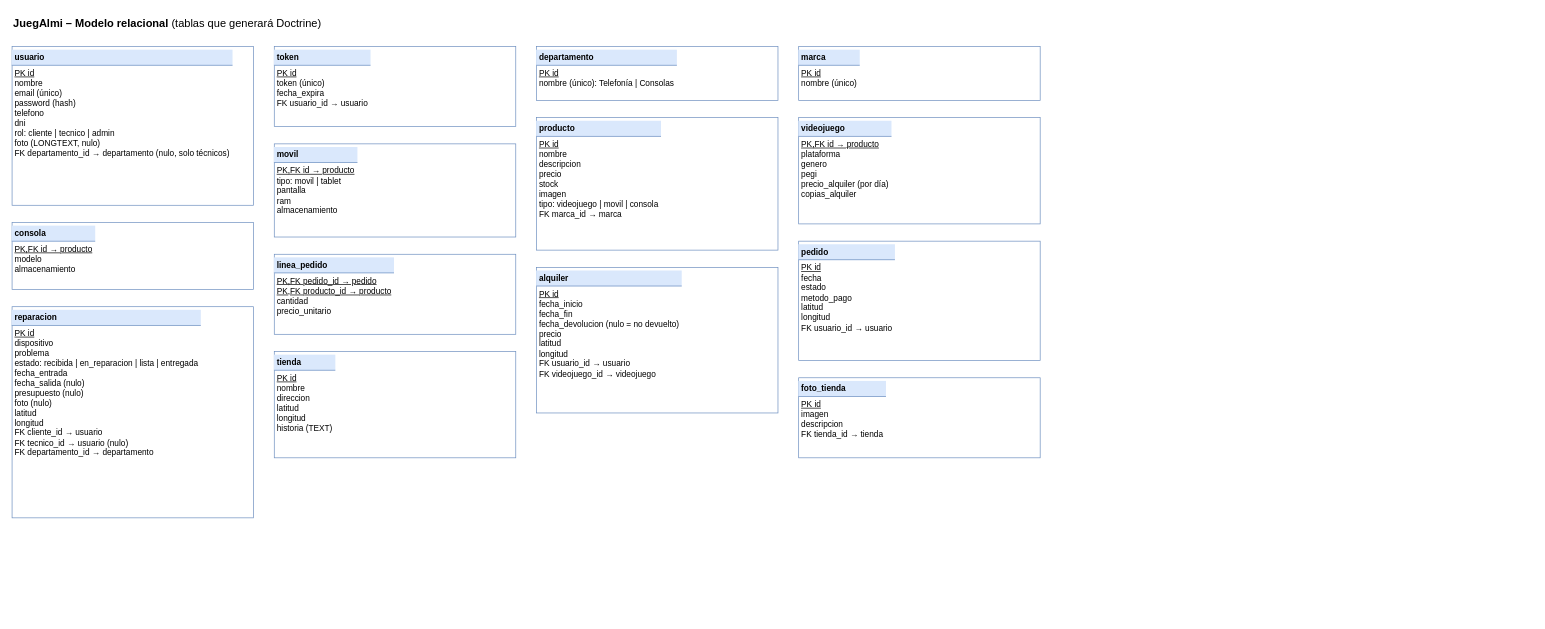
This is page "Modelo relacional" (2 of 2) of docs/er-juegalmi.drawio from landerdam-lab/JuegalmiDam2, a draw.io file, before an edit. Source tidied: cells renumbered, new cells numbered last; positions are measured from the earlier drawing's top-left corner, leaving out a move shared by most shapes. Both pictures are drawn from the tidied source at 69%, with x=0, y=0 at pixel (12, 12).
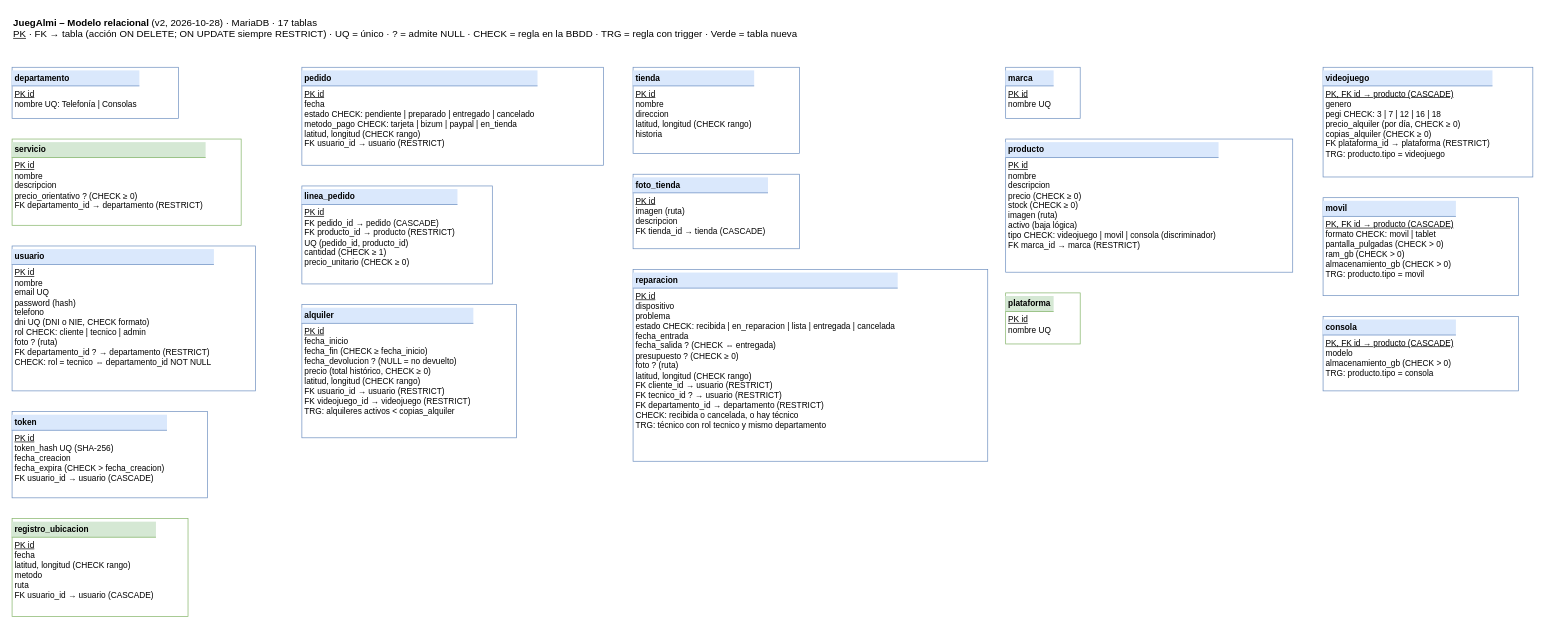
Above is the later version.

The edit, as a diff of the source:
```diff
@@
 <mxGraphModel>
   <root>
     <mxCell id="0" />
     <mxCell id="1" parent="0" />
-    <mxCell id="2" value="&lt;b&gt;JuegAlmi – Modelo relacional&lt;/b&gt; (tablas que generará Doctrine)" style="text;html=1;align=left;verticalAlign=top;fontSize=16;" parent="1" vertex="1">
-      <mxGeometry width="700" height="30" as="geometry" />
-    </mxCell>
-    <mxCell id="3" value="&lt;div style='background:#dae8fc;padding:4px;font-weight:bold;border-bottom:1px solid #6c8ebf'&gt;usuario&lt;/div&gt;&lt;div style='padding:4px'&gt;&lt;u&gt;PK id&lt;/u&gt;&lt;br&gt;nombre&lt;br&gt;email (único)&lt;br&gt;password (hash)&lt;br&gt;telefono&lt;br&gt;dni&lt;br&gt;rol: cliente | tecnico | admin&lt;br&gt;foto (LONGTEXT, nulo)&lt;br&gt;FK departamento_id → departamento (nulo, solo técnicos)&lt;/div&gt;" style="rounded=0;whiteSpace=wrap;html=1;align=left;verticalAlign=top;spacing=0;strokeColor=#6c8ebf;fontSize=12;" parent="1" vertex="1">
-      <mxGeometry y="50" width="350" height="230" as="geometry" />
-    </mxCell>
-    <mxCell id="4" value="&lt;div style='background:#dae8fc;padding:4px;font-weight:bold;border-bottom:1px solid #6c8ebf'&gt;token&lt;/div&gt;&lt;div style='padding:4px'&gt;&lt;u&gt;PK id&lt;/u&gt;&lt;br&gt;token (único)&lt;br&gt;fecha_expira&lt;br&gt;FK usuario_id → usuario&lt;/div&gt;" style="rounded=0;whiteSpace=wrap;html=1;align=left;verticalAlign=top;spacing=0;strokeColor=#6c8ebf;fontSize=12;" parent="1" vertex="1">
-      <mxGeometry x="380" y="50" width="350" height="116" as="geometry" />
-    </mxCell>
-    <mxCell id="5" value="&lt;div style='background:#dae8fc;padding:4px;font-weight:bold;border-bottom:1px solid #6c8ebf'&gt;departamento&lt;/div&gt;&lt;div style='padding:4px'&gt;&lt;u&gt;PK id&lt;/u&gt;&lt;br&gt;nombre (único): Telefonía | Consolas&lt;/div&gt;" style="rounded=0;whiteSpace=wrap;html=1;align=left;verticalAlign=top;spacing=0;strokeColor=#6c8ebf;fontSize=12;" parent="1" vertex="1">
-      <mxGeometry x="760" y="50" width="350" height="78" as="geometry" />
-    </mxCell>
-    <mxCell id="6" value="&lt;div style='background:#dae8fc;padding:4px;font-weight:bold;border-bottom:1px solid #6c8ebf'&gt;marca&lt;/div&gt;&lt;div style='padding:4px'&gt;&lt;u&gt;PK id&lt;/u&gt;&lt;br&gt;nombre (único)&lt;/div&gt;" style="rounded=0;whiteSpace=wrap;html=1;align=left;verticalAlign=top;spacing=0;strokeColor=#6c8ebf;fontSize=12;" parent="1" vertex="1">
-      <mxGeometry x="1140" y="50" width="350" height="78" as="geometry" />
-    </mxCell>
-    <mxCell id="7" value="&lt;div style='background:#dae8fc;padding:4px;font-weight:bold;border-bottom:1px solid #6c8ebf'&gt;producto&lt;/div&gt;&lt;div style='padding:4px'&gt;&lt;u&gt;PK id&lt;/u&gt;&lt;br&gt;nombre&lt;br&gt;descripcion&lt;br&gt;precio&lt;br&gt;stock&lt;br&gt;imagen&lt;br&gt;tipo: videojuego | movil | consola&lt;br&gt;FK marca_id → marca&lt;/div&gt;" style="rounded=0;whiteSpace=wrap;html=1;align=left;verticalAlign=top;spacing=0;strokeColor=#6c8ebf;fontSize=12;" parent="1" vertex="1">
-      <mxGeometry x="760" y="153" width="350" height="192" as="geometry" />
-    </mxCell>
-    <mxCell id="8" value="&lt;div style='background:#dae8fc;padding:4px;font-weight:bold;border-bottom:1px solid #6c8ebf'&gt;videojuego&lt;/div&gt;&lt;div style='padding:4px'&gt;&lt;u&gt;PK,FK id → producto&lt;/u&gt;&lt;br&gt;plataforma&lt;br&gt;genero&lt;br&gt;pegi&lt;br&gt;precio_alquiler (por día)&lt;br&gt;copias_alquiler&lt;/div&gt;" style="rounded=0;whiteSpace=wrap;html=1;align=left;verticalAlign=top;spacing=0;strokeColor=#6c8ebf;fontSize=12;" parent="1" vertex="1">
-      <mxGeometry x="1140" y="153" width="350" height="154" as="geometry" />
-    </mxCell>
-    <mxCell id="9" value="&lt;div style='background:#dae8fc;padding:4px;font-weight:bold;border-bottom:1px solid #6c8ebf'&gt;movil&lt;/div&gt;&lt;div style='padding:4px'&gt;&lt;u&gt;PK,FK id → producto&lt;/u&gt;&lt;br&gt;tipo: movil | tablet&lt;br&gt;pantalla&lt;br&gt;ram&lt;br&gt;almacenamiento&lt;/div&gt;" style="rounded=0;whiteSpace=wrap;html=1;align=left;verticalAlign=top;spacing=0;strokeColor=#6c8ebf;fontSize=12;" parent="1" vertex="1">
-      <mxGeometry x="380" y="191" width="350" height="135" as="geometry" />
-    </mxCell>
-    <mxCell id="10" value="&lt;div style='background:#dae8fc;padding:4px;font-weight:bold;border-bottom:1px solid #6c8ebf'&gt;consola&lt;/div&gt;&lt;div style='padding:4px'&gt;&lt;u&gt;PK,FK id → producto&lt;/u&gt;&lt;br&gt;modelo&lt;br&gt;almacenamiento&lt;/div&gt;" style="rounded=0;whiteSpace=wrap;html=1;align=left;verticalAlign=top;spacing=0;strokeColor=#6c8ebf;fontSize=12;" parent="1" vertex="1">
-      <mxGeometry y="305" width="350" height="97" as="geometry" />
-    </mxCell>
-    <mxCell id="11" value="&lt;div style='background:#dae8fc;padding:4px;font-weight:bold;border-bottom:1px solid #6c8ebf'&gt;pedido&lt;/div&gt;&lt;div style='padding:4px'&gt;&lt;u&gt;PK id&lt;/u&gt;&lt;br&gt;fecha&lt;br&gt;estado&lt;br&gt;metodo_pago&lt;br&gt;latitud&lt;br&gt;longitud&lt;br&gt;FK usuario_id → usuario&lt;/div&gt;" style="rounded=0;whiteSpace=wrap;html=1;align=left;verticalAlign=top;spacing=0;strokeColor=#6c8ebf;fontSize=12;" parent="1" vertex="1">
-      <mxGeometry x="1140" y="332" width="350" height="173" as="geometry" />
-    </mxCell>
-    <mxCell id="12" value="&lt;div style='background:#dae8fc;padding:4px;font-weight:bold;border-bottom:1px solid #6c8ebf'&gt;linea_pedido&lt;/div&gt;&lt;div style='padding:4px'&gt;&lt;u&gt;PK,FK pedido_id → pedido&lt;/u&gt;&lt;br&gt;&lt;u&gt;PK,FK producto_id → producto&lt;/u&gt;&lt;br&gt;cantidad&lt;br&gt;precio_unitario&lt;/div&gt;" style="rounded=0;whiteSpace=wrap;html=1;align=left;verticalAlign=top;spacing=0;strokeColor=#6c8ebf;fontSize=12;" parent="1" vertex="1">
-      <mxGeometry x="380" y="351" width="350" height="116" as="geometry" />
-    </mxCell>
-    <mxCell id="13" value="&lt;div style='background:#dae8fc;padding:4px;font-weight:bold;border-bottom:1px solid #6c8ebf'&gt;alquiler&lt;/div&gt;&lt;div style='padding:4px'&gt;&lt;u&gt;PK id&lt;/u&gt;&lt;br&gt;fecha_inicio&lt;br&gt;fecha_fin&lt;br&gt;fecha_devolucion (nulo = no devuelto)&lt;br&gt;precio&lt;br&gt;latitud&lt;br&gt;longitud&lt;br&gt;FK usuario_id → usuario&lt;br&gt;FK videojuego_id → videojuego&lt;/div&gt;" style="rounded=0;whiteSpace=wrap;html=1;align=left;verticalAlign=top;spacing=0;strokeColor=#6c8ebf;fontSize=12;" parent="1" vertex="1">
-      <mxGeometry x="760" y="370" width="350" height="211" as="geometry" />
-    </mxCell>
-    <mxCell id="14" value="&lt;div style='background:#dae8fc;padding:4px;font-weight:bold;border-bottom:1px solid #6c8ebf'&gt;reparacion&lt;/div&gt;&lt;div style='padding:4px'&gt;&lt;u&gt;PK id&lt;/u&gt;&lt;br&gt;dispositivo&lt;br&gt;problema&lt;br&gt;estado: recibida | en_reparacion | lista | entregada&lt;br&gt;fecha_entrada&lt;br&gt;fecha_salida (nulo)&lt;br&gt;presupuesto (nulo)&lt;br&gt;foto (nulo)&lt;br&gt;latitud&lt;br&gt;longitud&lt;br&gt;FK cliente_id → usuario&lt;br&gt;FK tecnico_id → usuario (nulo)&lt;br&gt;FK departamento_id → departamento&lt;/div&gt;" style="rounded=0;whiteSpace=wrap;html=1;align=left;verticalAlign=top;spacing=0;strokeColor=#6c8ebf;fontSize=12;" parent="1" vertex="1">
-      <mxGeometry y="427" width="350" height="306" as="geometry" />
-    </mxCell>
-    <mxCell id="15" value="&lt;div style='background:#dae8fc;padding:4px;font-weight:bold;border-bottom:1px solid #6c8ebf'&gt;tienda&lt;/div&gt;&lt;div style='padding:4px'&gt;&lt;u&gt;PK id&lt;/u&gt;&lt;br&gt;nombre&lt;br&gt;direccion&lt;br&gt;latitud&lt;br&gt;longitud&lt;br&gt;historia (TEXT)&lt;/div&gt;" style="rounded=0;whiteSpace=wrap;html=1;align=left;verticalAlign=top;spacing=0;strokeColor=#6c8ebf;fontSize=12;" parent="1" vertex="1">
-      <mxGeometry x="380" y="492" width="350" height="154" as="geometry" />
-    </mxCell>
-    <mxCell id="16" value="&lt;div style='background:#dae8fc;padding:4px;font-weight:bold;border-bottom:1px solid #6c8ebf'&gt;foto_tienda&lt;/div&gt;&lt;div style='padding:4px'&gt;&lt;u&gt;PK id&lt;/u&gt;&lt;br&gt;imagen&lt;br&gt;descripcion&lt;br&gt;FK tienda_id → tienda&lt;/div&gt;" style="rounded=0;whiteSpace=wrap;html=1;align=left;verticalAlign=top;spacing=0;strokeColor=#6c8ebf;fontSize=12;" parent="1" vertex="1">
-      <mxGeometry x="1140" y="530" width="350" height="116" as="geometry" />
-    </mxCell>
+    <mxCell id="17" value="&lt;b&gt;JuegAlmi – Modelo relacional&lt;/b&gt; (v2, 2026-10-28) · MariaDB · 17 tablas&lt;br&gt;&lt;u&gt;PK&lt;/u&gt; · FK → tabla (acción ON DELETE; ON UPDATE siempre RESTRICT) · UQ = único · ? = admite NULL · CHECK = regla en la BBDD · TRG = regla con trigger · Verde = tabla nueva" style="text;html=1;align=left;verticalAlign=top;fontSize=14;" parent="1" vertex="1">
+      <mxGeometry width="1700" height="50" as="geometry" />
+    </mxCell>
+    <mxCell id="18" value="&lt;div style='background:#dae8fc;padding:4px;font-weight:bold;border-bottom:1px solid #6c8ebf'&gt;departamento&lt;/div&gt;&lt;div style='padding:4px'&gt;&lt;u&gt;PK id&lt;/u&gt;&lt;br&gt;nombre UQ: Telefonía | Consolas&lt;/div&gt;" style="rounded=0;whiteSpace=wrap;html=1;align=left;verticalAlign=top;spacing=0;fontSize=12;strokeColor=#6c8ebf;" parent="1" vertex="1">
+      <mxGeometry y="80" width="241" height="74" as="geometry" />
+    </mxCell>
+    <mxCell id="19" value="&lt;div style='background:#d5e8d4;padding:4px;font-weight:bold;border-bottom:1px solid #82b366'&gt;servicio&lt;/div&gt;&lt;div style='padding:4px'&gt;&lt;u&gt;PK id&lt;/u&gt;&lt;br&gt;nombre&lt;br&gt;descripcion&lt;br&gt;precio_orientativo ? (CHECK ≥ 0)&lt;br&gt;FK departamento_id → departamento (RESTRICT)&lt;/div&gt;" style="rounded=0;whiteSpace=wrap;html=1;align=left;verticalAlign=top;spacing=0;fontSize=12;strokeColor=#82b366;" parent="1" vertex="1">
+      <mxGeometry y="184" width="332" height="125" as="geometry" />
+    </mxCell>
+    <mxCell id="20" value="&lt;div style='background:#dae8fc;padding:4px;font-weight:bold;border-bottom:1px solid #6c8ebf'&gt;usuario&lt;/div&gt;&lt;div style='padding:4px'&gt;&lt;u&gt;PK id&lt;/u&gt;&lt;br&gt;nombre&lt;br&gt;email UQ&lt;br&gt;password (hash)&lt;br&gt;telefono&lt;br&gt;dni UQ (DNI o NIE, CHECK formato)&lt;br&gt;rol CHECK: cliente | tecnico | admin&lt;br&gt;foto ? (ruta)&lt;br&gt;FK departamento_id ? → departamento (RESTRICT)&lt;br&gt;CHECK: rol = tecnico ⇔ departamento_id NOT NULL&lt;/div&gt;" style="rounded=0;whiteSpace=wrap;html=1;align=left;verticalAlign=top;spacing=0;fontSize=12;strokeColor=#6c8ebf;" parent="1" vertex="1">
+      <mxGeometry y="339" width="353" height="210" as="geometry" />
+    </mxCell>
+    <mxCell id="21" value="&lt;div style='background:#dae8fc;padding:4px;font-weight:bold;border-bottom:1px solid #6c8ebf'&gt;token&lt;/div&gt;&lt;div style='padding:4px'&gt;&lt;u&gt;PK id&lt;/u&gt;&lt;br&gt;token_hash UQ (SHA-256)&lt;br&gt;fecha_creacion&lt;br&gt;fecha_expira (CHECK &amp;gt; fecha_creacion)&lt;br&gt;FK usuario_id → usuario (CASCADE)&lt;/div&gt;" style="rounded=0;whiteSpace=wrap;html=1;align=left;verticalAlign=top;spacing=0;fontSize=12;strokeColor=#6c8ebf;" parent="1" vertex="1">
+      <mxGeometry y="579" width="283" height="125" as="geometry" />
+    </mxCell>
+    <mxCell id="22" value="&lt;div style='background:#d5e8d4;padding:4px;font-weight:bold;border-bottom:1px solid #82b366'&gt;registro_ubicacion&lt;/div&gt;&lt;div style='padding:4px'&gt;&lt;u&gt;PK id&lt;/u&gt;&lt;br&gt;fecha&lt;br&gt;latitud, longitud (CHECK rango)&lt;br&gt;metodo&lt;br&gt;ruta&lt;br&gt;FK usuario_id → usuario (CASCADE)&lt;/div&gt;" style="rounded=0;whiteSpace=wrap;html=1;align=left;verticalAlign=top;spacing=0;fontSize=12;strokeColor=#82b366;" parent="1" vertex="1">
+      <mxGeometry y="734" width="255" height="142" as="geometry" />
+    </mxCell>
+    <mxCell id="23" value="&lt;div style='background:#dae8fc;padding:4px;font-weight:bold;border-bottom:1px solid #6c8ebf'&gt;tienda&lt;/div&gt;&lt;div style='padding:4px'&gt;&lt;u&gt;PK id&lt;/u&gt;&lt;br&gt;nombre&lt;br&gt;direccion&lt;br&gt;latitud, longitud (CHECK rango)&lt;br&gt;historia&lt;/div&gt;" style="rounded=0;whiteSpace=wrap;html=1;align=left;verticalAlign=top;spacing=0;fontSize=12;strokeColor=#6c8ebf;" parent="1" vertex="1">
+      <mxGeometry x="900" y="80" width="241" height="125" as="geometry" />
+    </mxCell>
+    <mxCell id="24" value="&lt;div style='background:#dae8fc;padding:4px;font-weight:bold;border-bottom:1px solid #6c8ebf'&gt;foto_tienda&lt;/div&gt;&lt;div style='padding:4px'&gt;&lt;u&gt;PK id&lt;/u&gt;&lt;br&gt;imagen (ruta)&lt;br&gt;descripcion&lt;br&gt;FK tienda_id → tienda (CASCADE)&lt;/div&gt;" style="rounded=0;whiteSpace=wrap;html=1;align=left;verticalAlign=top;spacing=0;fontSize=12;strokeColor=#6c8ebf;" parent="1" vertex="1">
+      <mxGeometry x="900" y="235" width="241" height="108" as="geometry" />
+    </mxCell>
+    <mxCell id="25" value="&lt;div style='background:#dae8fc;padding:4px;font-weight:bold;border-bottom:1px solid #6c8ebf'&gt;pedido&lt;/div&gt;&lt;div style='padding:4px'&gt;&lt;u&gt;PK id&lt;/u&gt;&lt;br&gt;fecha&lt;br&gt;estado CHECK: pendiente | preparado | entregado | cancelado&lt;br&gt;metodo_pago CHECK: tarjeta | bizum | paypal | en_tienda&lt;br&gt;latitud, longitud (CHECK rango)&lt;br&gt;FK usuario_id → usuario (RESTRICT)&lt;/div&gt;" style="rounded=0;whiteSpace=wrap;html=1;align=left;verticalAlign=top;spacing=0;fontSize=12;strokeColor=#6c8ebf;" parent="1" vertex="1">
+      <mxGeometry x="420" y="80" width="437" height="142" as="geometry" />
+    </mxCell>
+    <mxCell id="26" value="&lt;div style='background:#dae8fc;padding:4px;font-weight:bold;border-bottom:1px solid #6c8ebf'&gt;linea_pedido&lt;/div&gt;&lt;div style='padding:4px'&gt;&lt;u&gt;PK id&lt;/u&gt;&lt;br&gt;FK pedido_id → pedido (CASCADE)&lt;br&gt;FK producto_id → producto (RESTRICT)&lt;br&gt;UQ (pedido_id, producto_id)&lt;br&gt;cantidad (CHECK ≥ 1)&lt;br&gt;precio_unitario (CHECK ≥ 0)&lt;/div&gt;" style="rounded=0;whiteSpace=wrap;html=1;align=left;verticalAlign=top;spacing=0;fontSize=12;strokeColor=#6c8ebf;" parent="1" vertex="1">
+      <mxGeometry x="420" y="252" width="276" height="142" as="geometry" />
+    </mxCell>
+    <mxCell id="27" value="&lt;div style='background:#dae8fc;padding:4px;font-weight:bold;border-bottom:1px solid #6c8ebf'&gt;alquiler&lt;/div&gt;&lt;div style='padding:4px'&gt;&lt;u&gt;PK id&lt;/u&gt;&lt;br&gt;fecha_inicio&lt;br&gt;fecha_fin (CHECK ≥ fecha_inicio)&lt;br&gt;fecha_devolucion ? (NULL = no devuelto)&lt;br&gt;precio (total histórico, CHECK ≥ 0)&lt;br&gt;latitud, longitud (CHECK rango)&lt;br&gt;FK usuario_id → usuario (RESTRICT)&lt;br&gt;FK videojuego_id → videojuego (RESTRICT)&lt;br&gt;TRG: alquileres activos &amp;lt; copias_alquiler&lt;/div&gt;" style="rounded=0;whiteSpace=wrap;html=1;align=left;verticalAlign=top;spacing=0;fontSize=12;strokeColor=#6c8ebf;" parent="1" vertex="1">
+      <mxGeometry x="420" y="424" width="311" height="193" as="geometry" />
+    </mxCell>
+    <mxCell id="28" value="&lt;div style='background:#dae8fc;padding:4px;font-weight:bold;border-bottom:1px solid #6c8ebf'&gt;reparacion&lt;/div&gt;&lt;div style='padding:4px'&gt;&lt;u&gt;PK id&lt;/u&gt;&lt;br&gt;dispositivo&lt;br&gt;problema&lt;br&gt;estado CHECK: recibida | en_reparacion | lista | entregada | cancelada&lt;br&gt;fecha_entrada&lt;br&gt;fecha_salida ? (CHECK ⇔ entregada)&lt;br&gt;presupuesto ? (CHECK ≥ 0)&lt;br&gt;foto ? (ruta)&lt;br&gt;latitud, longitud (CHECK rango)&lt;br&gt;FK cliente_id → usuario (RESTRICT)&lt;br&gt;FK tecnico_id ? → usuario (RESTRICT)&lt;br&gt;FK departamento_id → departamento (RESTRICT)&lt;br&gt;CHECK: recibida o cancelada, o hay técnico&lt;br&gt;TRG: técnico con rol tecnico y mismo departamento&lt;/div&gt;" style="rounded=0;whiteSpace=wrap;html=1;align=left;verticalAlign=top;spacing=0;fontSize=12;strokeColor=#6c8ebf;" parent="1" vertex="1">
+      <mxGeometry x="900" y="373" width="514" height="278" as="geometry" />
+    </mxCell>
+    <mxCell id="29" value="&lt;div style='background:#dae8fc;padding:4px;font-weight:bold;border-bottom:1px solid #6c8ebf'&gt;marca&lt;/div&gt;&lt;div style='padding:4px'&gt;&lt;u&gt;PK id&lt;/u&gt;&lt;br&gt;nombre UQ&lt;/div&gt;" style="rounded=0;whiteSpace=wrap;html=1;align=left;verticalAlign=top;spacing=0;fontSize=12;strokeColor=#6c8ebf;" parent="1" vertex="1">
+      <mxGeometry x="1440" y="80" width="108" height="74" as="geometry" />
+    </mxCell>
+    <mxCell id="30" value="&lt;div style='background:#dae8fc;padding:4px;font-weight:bold;border-bottom:1px solid #6c8ebf'&gt;producto&lt;/div&gt;&lt;div style='padding:4px'&gt;&lt;u&gt;PK id&lt;/u&gt;&lt;br&gt;nombre&lt;br&gt;descripcion&lt;br&gt;precio (CHECK ≥ 0)&lt;br&gt;stock (CHECK ≥ 0)&lt;br&gt;imagen (ruta)&lt;br&gt;activo (baja lógica)&lt;br&gt;tipo CHECK: videojuego | movil | consola (discriminador)&lt;br&gt;FK marca_id → marca (RESTRICT)&lt;/div&gt;" style="rounded=0;whiteSpace=wrap;html=1;align=left;verticalAlign=top;spacing=0;fontSize=12;strokeColor=#6c8ebf;" parent="1" vertex="1">
+      <mxGeometry x="1440" y="184" width="416" height="193" as="geometry" />
+    </mxCell>
+    <mxCell id="31" value="&lt;div style='background:#d5e8d4;padding:4px;font-weight:bold;border-bottom:1px solid #82b366'&gt;plataforma&lt;/div&gt;&lt;div style='padding:4px'&gt;&lt;u&gt;PK id&lt;/u&gt;&lt;br&gt;nombre UQ&lt;/div&gt;" style="rounded=0;whiteSpace=wrap;html=1;align=left;verticalAlign=top;spacing=0;fontSize=12;strokeColor=#82b366;" parent="1" vertex="1">
+      <mxGeometry x="1440" y="407" width="108" height="74" as="geometry" />
+    </mxCell>
+    <mxCell id="32" value="&lt;div style='background:#dae8fc;padding:4px;font-weight:bold;border-bottom:1px solid #6c8ebf'&gt;videojuego&lt;/div&gt;&lt;div style='padding:4px'&gt;&lt;u&gt;PK, FK id → producto (CASCADE)&lt;/u&gt;&lt;br&gt;genero&lt;br&gt;pegi CHECK: 3 | 7 | 12 | 16 | 18&lt;br&gt;precio_alquiler (por día, CHECK ≥ 0)&lt;br&gt;copias_alquiler (CHECK ≥ 0)&lt;br&gt;FK plataforma_id → plataforma (RESTRICT)&lt;br&gt;TRG: producto.tipo = videojuego&lt;/div&gt;" style="rounded=0;whiteSpace=wrap;html=1;align=left;verticalAlign=top;spacing=0;fontSize=12;strokeColor=#6c8ebf;" parent="1" vertex="1">
+      <mxGeometry x="1900" y="80" width="304" height="159" as="geometry" />
+    </mxCell>
+    <mxCell id="33" value="&lt;div style='background:#dae8fc;padding:4px;font-weight:bold;border-bottom:1px solid #6c8ebf'&gt;movil&lt;/div&gt;&lt;div style='padding:4px'&gt;&lt;u&gt;PK, FK id → producto (CASCADE)&lt;/u&gt;&lt;br&gt;formato CHECK: movil | tablet&lt;br&gt;pantalla_pulgadas (CHECK &amp;gt; 0)&lt;br&gt;ram_gb (CHECK &amp;gt; 0)&lt;br&gt;almacenamiento_gb (CHECK &amp;gt; 0)&lt;br&gt;TRG: producto.tipo = movil&lt;/div&gt;" style="rounded=0;whiteSpace=wrap;html=1;align=left;verticalAlign=top;spacing=0;fontSize=12;strokeColor=#6c8ebf;" parent="1" vertex="1">
+      <mxGeometry x="1900" y="269" width="283" height="142" as="geometry" />
+    </mxCell>
+    <mxCell id="34" value="&lt;div style='background:#dae8fc;padding:4px;font-weight:bold;border-bottom:1px solid #6c8ebf'&gt;consola&lt;/div&gt;&lt;div style='padding:4px'&gt;&lt;u&gt;PK, FK id → producto (CASCADE)&lt;/u&gt;&lt;br&gt;modelo&lt;br&gt;almacenamiento_gb (CHECK &amp;gt; 0)&lt;br&gt;TRG: producto.tipo = consola&lt;/div&gt;" style="rounded=0;whiteSpace=wrap;html=1;align=left;verticalAlign=top;spacing=0;fontSize=12;strokeColor=#6c8ebf;" parent="1" vertex="1">
+      <mxGeometry x="1900" y="441" width="283" height="108" as="geometry" />
+    </mxCell>
   </root>
 </mxGraphModel>
```
